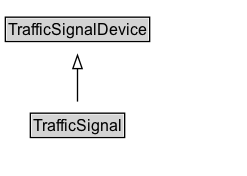
Earlier version of the Graphviz export docs/diagrams/TrafficSignal.dot.png (k-vaughn/ontology-its-regulation). Its source is kept beside it as docs/diagrams/TrafficSignal.dot. Its diagram source:
```dot
digraph {
	graph [overlap=false rankdir=TB splines=true]
	node [fontname=Arial fontsize=12 margin=0 shape=none]
	edge [fontname=Arial fontsize=11]
	{
		rank=max
		TrafficSignal [label=<<TABLE BORDER="1" CELLBORDER="0" CELLSPACING="0" CELLPADDING="1"><TR><TD BGCOLOR="lightgray" ALIGN="CENTER" PORT="e">TrafficSignal</TD></TR></TABLE>> URL="../TrafficSignal.md" margin=0]
	}
	subgraph cluster_associated {
		label="" style=invis
		Invis [label=<<TABLE BORDER="0" CELLBORDER="0" CELLSPACING="0" CELLPADDING="1"><TR><TD></TD></TR></TABLE>> margin=0 style=invis]
	}
	TrafficSignalDevice [label=<<TABLE BORDER="1" CELLBORDER="0" CELLSPACING="0" CELLPADDING="1"><TR><TD BGCOLOR="lightgray" ALIGN="CENTER">TrafficSignalDevice</TD></TR></TABLE>> URL="../TrafficSignalDevice.md" margin=0]
	TrafficSignal -> TrafficSignalDevice [arrowhead=onormal style=solid]
}
```
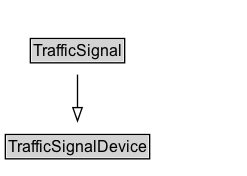
After the commit.

Change to the diagram source:
```diff
@@ -2,14 +2,14 @@
 	graph [overlap=false rankdir=TB splines=true]
 	node [fontname=Arial fontsize=12 margin=0 shape=none]
 	edge [fontname=Arial fontsize=11]
+	TrafficSignal [label=<<TABLE BORDER="1" CELLBORDER="0" CELLSPACING="0" CELLPADDING="1"><TR><TD BGCOLOR="lightgray" ALIGN="CENTER">TrafficSignal</TD></TR></TABLE>> URL="../TrafficSignal" margin=0]
 	{
 		rank=max
-		TrafficSignal [label=<<TABLE BORDER="1" CELLBORDER="0" CELLSPACING="0" CELLPADDING="1"><TR><TD BGCOLOR="lightgray" ALIGN="CENTER" PORT="e">TrafficSignal</TD></TR></TABLE>> URL="../TrafficSignal.md" margin=0]
 	}
 	subgraph cluster_associated {
 		label="" style=invis
 		Invis [label=<<TABLE BORDER="0" CELLBORDER="0" CELLSPACING="0" CELLPADDING="1"><TR><TD></TD></TR></TABLE>> margin=0 style=invis]
 	}
-	TrafficSignalDevice [label=<<TABLE BORDER="1" CELLBORDER="0" CELLSPACING="0" CELLPADDING="1"><TR><TD BGCOLOR="lightgray" ALIGN="CENTER">TrafficSignalDevice</TD></TR></TABLE>> URL="../TrafficSignalDevice.md" margin=0]
+	TrafficSignalDevice [label=<<TABLE BORDER="1" CELLBORDER="0" CELLSPACING="0" CELLPADDING="1"><TR><TD BGCOLOR="lightgray" ALIGN="CENTER">TrafficSignalDevice</TD></TR></TABLE>> URL="../TrafficSignalDevice" margin=0]
 	TrafficSignal -> TrafficSignalDevice [arrowhead=onormal style=solid]
 }
```
